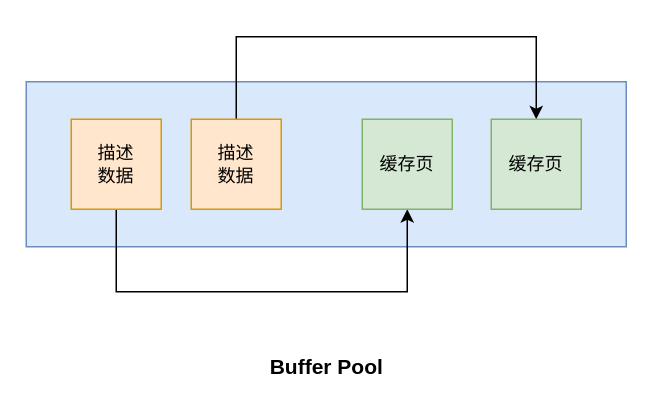
Before: page "buffer pool结构" (2 of 8) of mysql/buffer pool结构图.drawio in erlieStar/diagrams, a draw.io diagram. Source tidied: cells renumbered, new cells numbered last; positions are measured from the earlier drawing's top-left corner, leaving out a move shared by most shapes. Both pictures are drawn from the tidied source at 150%, with x=0, y=0 at pixel (26, 36).
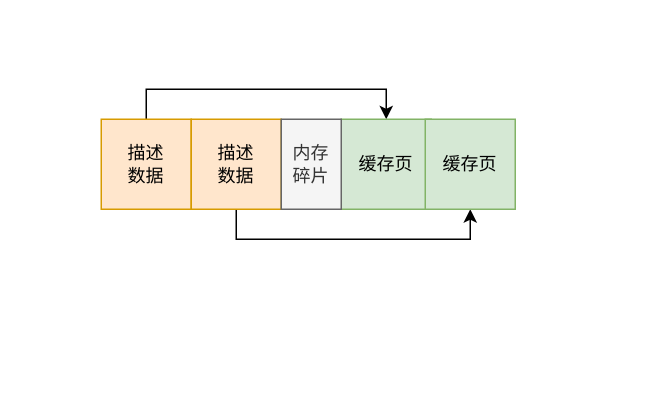
The same page after the edit.

Diff of the diagram source:
```diff
@@
 <mxGraphModel>
   <root>
     <mxCell id="0" />
     <mxCell id="1" parent="0" />
-    <mxCell id="2" style="rounded=0;whiteSpace=wrap;html=1;fillColor=#dae8fc;strokeColor=#6c8ebf;" parent="1" vertex="1">
-      <mxGeometry y="30" width="400" height="110" as="geometry" />
-    </mxCell>
-    <mxCell id="3" style="edgeStyle=orthogonalEdgeStyle;rounded=0;jettySize=auto;html=1;exitX=0.5;exitY=1;exitDx=0;exitDy=0;entryX=0.5;entryY=1;entryDx=0;entryDy=0;" parent="1" edge="1" source="4" target="7">
-      <mxGeometry relative="1" as="geometry">
-        <Array as="points">
-          <mxPoint x="60" y="170" />
-          <mxPoint x="254" y="170" />
-        </Array>
-      </mxGeometry>
+    <mxCell id="3" style="edgeStyle=orthogonalEdgeStyle;rounded=0;jettySize=auto;html=1;exitX=0.5;exitY=0;exitDx=0;exitDy=0;entryX=0.5;entryY=0;entryDx=0;entryDy=0;" parent="1" edge="1" source="4" target="7">
+      <mxGeometry relative="1" as="geometry" />
     </mxCell>
     <mxCell id="4" value="描述&lt;br&gt;数据" style="rounded=0;whiteSpace=wrap;html=1;fillColor=#ffe6cc;strokeColor=#d79b00;" parent="1" vertex="1">
-      <mxGeometry x="30" y="55" width="60" height="60" as="geometry" />
+      <mxGeometry x="50" y="55" width="60" height="60" as="geometry" />
     </mxCell>
-    <mxCell id="5" style="edgeStyle=orthogonalEdgeStyle;rounded=0;jettySize=auto;html=1;exitX=0.5;exitY=0;exitDx=0;exitDy=0;entryX=0.5;entryY=0;entryDx=0;entryDy=0;" parent="1" edge="1" source="6" target="8">
-      <mxGeometry relative="1" as="geometry">
-        <Array as="points">
-          <mxPoint x="140" />
-          <mxPoint x="340" />
-        </Array>
-      </mxGeometry>
+    <mxCell id="5" style="edgeStyle=orthogonalEdgeStyle;rounded=0;jettySize=auto;html=1;exitX=0.5;exitY=1;exitDx=0;exitDy=0;entryX=0.5;entryY=1;entryDx=0;entryDy=0;" parent="1" edge="1" source="6" target="8">
+      <mxGeometry relative="1" as="geometry" />
     </mxCell>
     <mxCell id="6" value="描述&lt;br&gt;数据" style="rounded=0;whiteSpace=wrap;html=1;fillColor=#ffe6cc;strokeColor=#d79b00;" parent="1" vertex="1">
       <mxGeometry x="110" y="55" width="60" height="60" as="geometry" />
     </mxCell>
     <mxCell id="7" value="缓存页" style="rounded=0;whiteSpace=wrap;html=1;fillColor=#d5e8d4;strokeColor=#82b366;" parent="1" vertex="1">
-      <mxGeometry x="224" y="55" width="60" height="60" as="geometry" />
+      <mxGeometry x="210" y="55" width="60" height="60" as="geometry" />
     </mxCell>
     <mxCell id="8" value="缓存页" style="rounded=0;whiteSpace=wrap;html=1;fillColor=#d5e8d4;strokeColor=#82b366;" parent="1" vertex="1">
-      <mxGeometry x="310" y="55" width="60" height="60" as="geometry" />
+      <mxGeometry x="266" y="55" width="60" height="60" as="geometry" />
     </mxCell>
-    <mxCell id="9" value="&lt;span style=&quot;font-size: 14px&quot;&gt;&lt;b&gt;Buffer Pool&lt;/b&gt;&lt;/span&gt;" style="text;html=1;align=center;verticalAlign=middle;strokeColor=none;fillColor=none;" parent="1" vertex="1">
-      <mxGeometry x="155" y="210" width="90" height="20" as="geometry" />
-    </mxCell>
+    <mxCell id="10" value="内存&lt;br&gt;碎片" style="rounded=0;whiteSpace=wrap;html=1;fillColor=#f5f5f5;strokeColor=#666666;fontColor=#333333;" parent="1" vertex="1">
+      <mxGeometry x="170" y="55" width="40" height="60" as="geometry" />
+    </mxCell>
   </root>
 </mxGraphModel>
```
